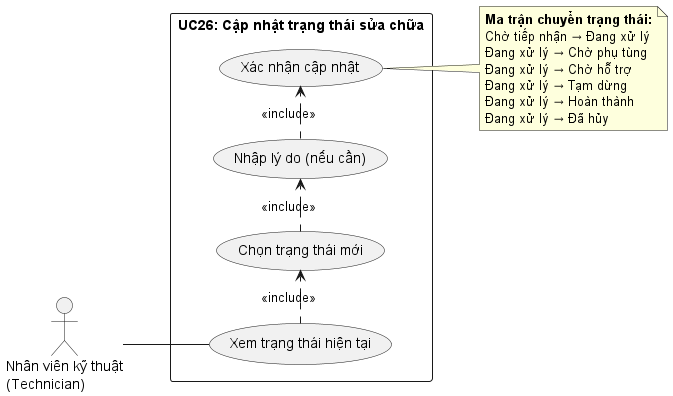
Earlier version of the PlantUML export src/DormitoryManagement/Docs/images/UC26_CapNhatTrangThaiSuaChua.png (DOTHANHLUAN-24/DormitoryManagementSystem). Source of this version:
```plantuml
@startuml

left to right direction
skinparam packageStyle rectangle

actor "Nhân viên kỹ thuật\n(Technician)" as Technician

rectangle "UC26: Cập nhật trạng thái sửa chữa" {
  usecase "Xem trạng thái hiện tại" as UC26_ViewStatus
  usecase "Chọn trạng thái mới" as UC26_SelectNew
  usecase "Nhập lý do (nếu cần)" as UC26_EnterReason
  usecase "Xác nhận cập nhật" as UC26_Confirm

  UC26_ViewStatus .> UC26_SelectNew : <<include>>
  UC26_SelectNew .> UC26_EnterReason : <<include>>
  UC26_EnterReason .> UC26_Confirm : <<include>>
}

Technician -- UC26_ViewStatus

note right of UC26_Confirm
  <b>Ma trận chuyển trạng thái:</b>
  Chờ tiếp nhận → Đang xử lý
  Đang xử lý → Chờ phụ tùng
  Đang xử lý → Chờ hỗ trợ
  Đang xử lý → Tạm dừng
  Đang xử lý → Hoàn thành
  Đang xử lý → Đã hủy
end note

@enduml
```
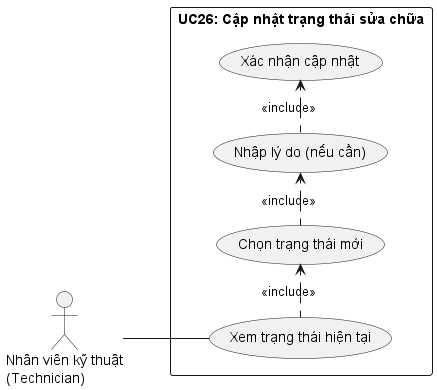
Above is the later version.

Diff of the diagram source:
```diff
@@ -18,14 +18,6 @@
 
 Technician -- UC26_ViewStatus
 
-note right of UC26_Confirm
-  <b>Ma trận chuyển trạng thái:</b>
-  Chờ tiếp nhận → Đang xử lý
-  Đang xử lý → Chờ phụ tùng
-  Đang xử lý → Chờ hỗ trợ
-  Đang xử lý → Tạm dừng
-  Đang xử lý → Hoàn thành
-  Đang xử lý → Đã hủy
-end note
+
 
 @enduml
```
